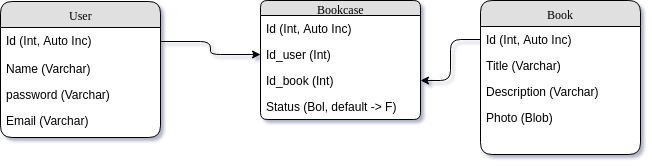
Earlier version of the draw.io export docs/books.png (rovema/Fullstack-test). Source tidied: cells renumbered, new cells last; positions are measured from the earlier drawing's top-left corner, leaving out a move shared by most shapes.
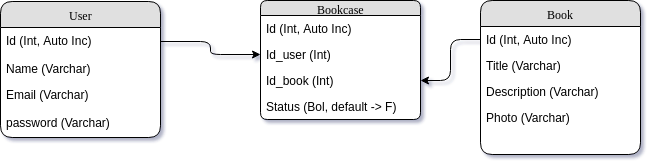
Above is the later version.

Change to the diagram source:
```diff
@@ -11,12 +11,12 @@
     <mxCell id="4" value="Name (Varchar)" style="text;html=1;strokeColor=none;fillColor=none;spacingLeft=4;spacingRight=4;whiteSpace=wrap;overflow=hidden;" parent="2" vertex="1">
       <mxGeometry y="54" width="160" height="26" as="geometry" />
     </mxCell>
+    <mxCell id="6" value="Email (Varchar)" style="text;html=1;strokeColor=none;fillColor=none;spacingLeft=4;spacingRight=4;whiteSpace=wrap;overflow=hidden;" parent="2" vertex="1">
+      <mxGeometry y="80" width="160" height="28" as="geometry" />
+    </mxCell>
     <mxCell id="5" value="password (Varchar)" style="text;html=1;strokeColor=none;fillColor=none;spacingLeft=4;spacingRight=4;whiteSpace=wrap;overflow=hidden;" parent="2" vertex="1">
-      <mxGeometry y="80" width="160" height="26" as="geometry" />
+      <mxGeometry y="108" width="160" height="26" as="geometry" />
     </mxCell>
-    <mxCell id="6" value="Email (Varchar)" style="text;html=1;strokeColor=none;fillColor=none;spacingLeft=4;spacingRight=4;whiteSpace=wrap;overflow=hidden;" parent="2" vertex="1">
-      <mxGeometry y="106" width="160" height="28" as="geometry" />
-    </mxCell>
     <mxCell id="7" value="Bookcase&lt;br&gt;" style="swimlane;html=1;fontStyle=0;horizontal=1;startSize=15;fillColor=#e0e0e0;swimlaneFillColor=#ffffff;align=center;rounded=1;shadow=0;comic=0;labelBackgroundColor=none;strokeColor=#000000;strokeWidth=1;fontFamily=Verdana;fontSize=12;fontColor=#000000;" parent="1" vertex="1">
       <mxGeometry x="260" width="160" height="119" as="geometry" />
     </mxCell>
@@ -44,7 +44,7 @@
     <mxCell id="15" value="Description (Varchar)" style="text;html=1;strokeColor=none;fillColor=none;spacingLeft=4;spacingRight=4;whiteSpace=wrap;overflow=hidden;" parent="12" vertex="1">
       <mxGeometry y="78" width="160" height="26" as="geometry" />
     </mxCell>
-    <mxCell id="16" value="Photo (Blob)" style="text;html=1;strokeColor=none;fillColor=none;spacingLeft=4;spacingRight=4;whiteSpace=wrap;overflow=hidden;" parent="12" vertex="1">
+    <mxCell id="16" value="Photo (Varchar)" style="text;html=1;strokeColor=none;fillColor=none;spacingLeft=4;spacingRight=4;whiteSpace=wrap;overflow=hidden;" parent="12" vertex="1">
       <mxGeometry y="104" width="160" height="26" as="geometry" />
     </mxCell>
     <mxCell id="17" style="edgeStyle=orthogonalEdgeStyle;jettySize=auto;html=1;exitX=0;exitY=0.5;exitDx=0;exitDy=0;rounded=1;" parent="1" edge="1" source="13" target="10">
```
